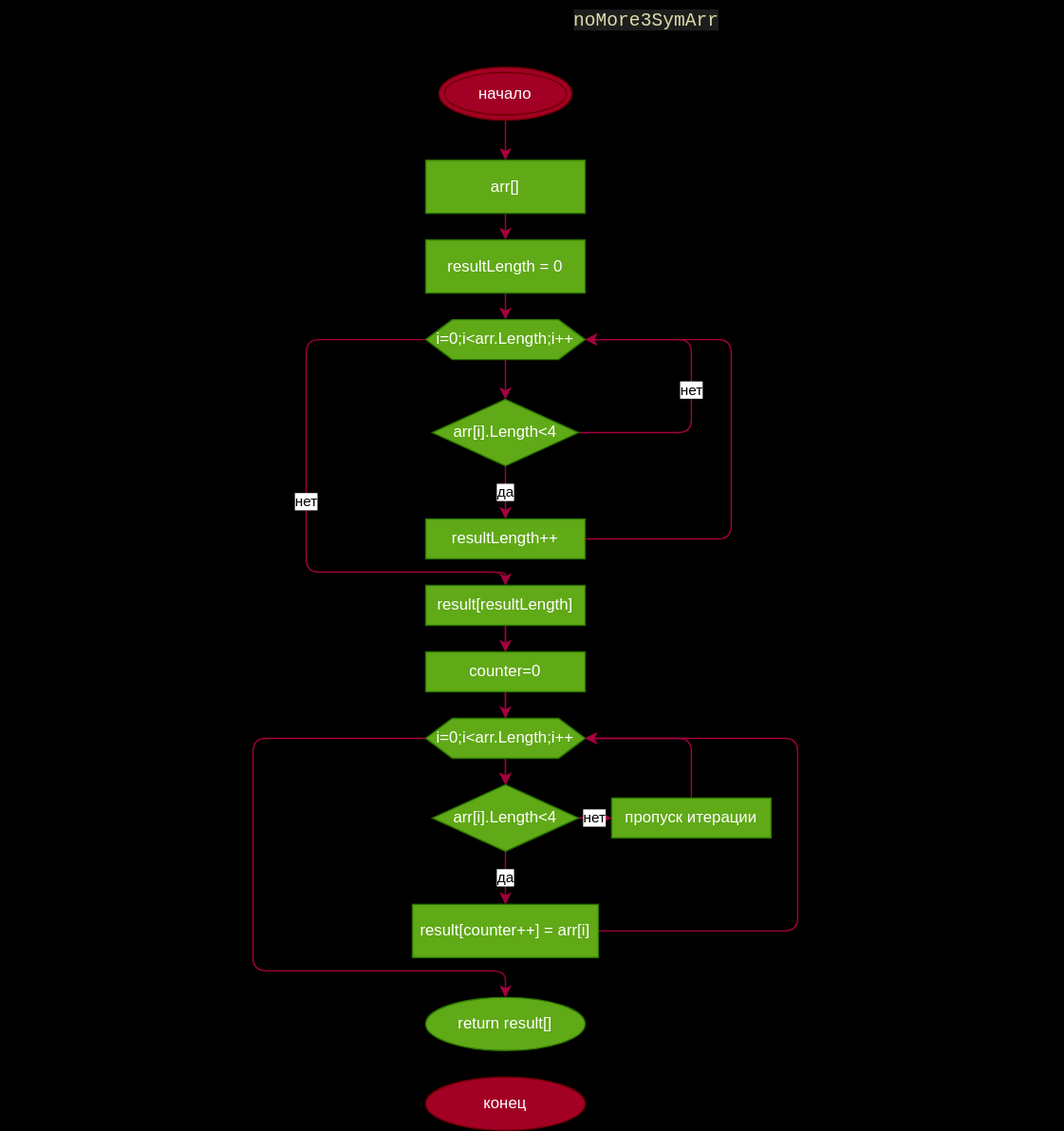
This is Diagram/noMore3SymArr.drawio.svg from Zhurabas/FinalWork, a draw.io export, as it was before one commit. Source tidied: cells renumbered, new cells last; positions are measured from the earlier drawing's top-left corner, leaving out a move shared by most shapes.
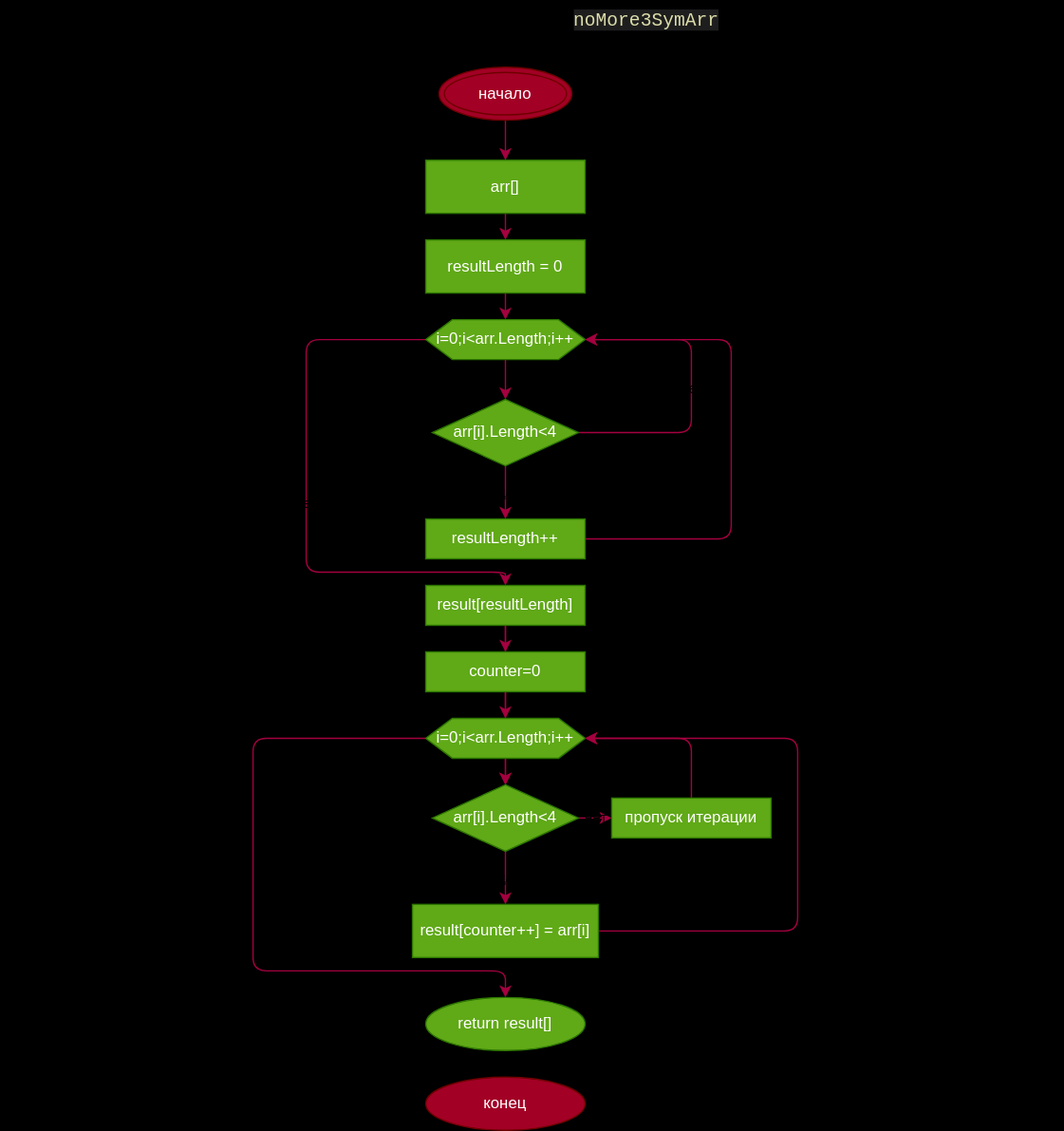
Later version of the same file.

Commit message:
улучшил читабельность блок-схема алгоритма метода noMore3SymArr

The edit, as a diff of the source:
```diff
@@ -28,7 +28,7 @@
     <mxCell id="9" style="edgeStyle=none;html=1;fillColor=#d80073;strokeColor=#A50040;" parent="1" edge="1" source="11" target="14">
       <mxGeometry relative="1" as="geometry" />
     </mxCell>
-    <mxCell id="10" value="нет" style="edgeStyle=none;html=1;entryX=0.5;entryY=0;entryDx=0;entryDy=0;fillColor=#d80073;strokeColor=#A50040;" parent="1" edge="1" source="11" target="19">
+    <mxCell id="10" value="нет" style="edgeStyle=none;html=1;entryX=0.5;entryY=0;entryDx=0;entryDy=0;fillColor=#d80073;strokeColor=#A50040;labelBackgroundColor=none;" parent="1" edge="1" source="11" target="19">
       <mxGeometry relative="1" as="geometry">
         <Array as="points">
           <mxPoint x="230" y="255" />
@@ -40,14 +40,14 @@
     <mxCell id="11" value="i=0;i&amp;lt;arr.Length;i++" style="shape=hexagon;perimeter=hexagonPerimeter2;whiteSpace=wrap;html=1;fixedSize=1;fillColor=#60a917;fontColor=#ffffff;strokeColor=#2D7600;" parent="1" vertex="1">
       <mxGeometry x="320" y="240" width="120" height="30" as="geometry" />
     </mxCell>
-    <mxCell id="12" value="да" style="edgeStyle=none;html=1;entryX=0.5;entryY=0;entryDx=0;entryDy=0;fillColor=#d80073;strokeColor=#A50040;" parent="1" edge="1" source="14" target="16">
+    <mxCell id="12" value="да" style="edgeStyle=none;html=1;entryX=0.5;entryY=0;entryDx=0;entryDy=0;fillColor=#d80073;strokeColor=#A50040;labelBackgroundColor=none;" parent="1" edge="1" source="14" target="16">
       <mxGeometry relative="1" as="geometry">
         <Array as="points">
           <mxPoint x="380" y="360" />
         </Array>
       </mxGeometry>
     </mxCell>
-    <mxCell id="13" value="нет" style="edgeStyle=none;html=1;entryX=1;entryY=0.5;entryDx=0;entryDy=0;exitX=1;exitY=0.5;exitDx=0;exitDy=0;fillColor=#d80073;strokeColor=#A50040;" parent="1" edge="1" source="14" target="11">
+    <mxCell id="13" value="нет" style="edgeStyle=none;html=1;entryX=1;entryY=0.5;entryDx=0;entryDy=0;exitX=1;exitY=0.5;exitDx=0;exitDy=0;fillColor=#d80073;strokeColor=#A50040;labelBackgroundColor=none;" parent="1" edge="1" source="14" target="11">
       <mxGeometry relative="1" as="geometry">
         <Array as="points">
           <mxPoint x="520" y="325" />
@@ -102,10 +102,10 @@
     <mxCell id="25" value="i=0;i&amp;lt;arr.Length;i++" style="shape=hexagon;perimeter=hexagonPerimeter2;whiteSpace=wrap;html=1;fixedSize=1;fillColor=#60a917;fontColor=#ffffff;strokeColor=#2D7600;" parent="1" vertex="1">
       <mxGeometry x="320" y="540" width="120" height="30" as="geometry" />
     </mxCell>
-    <mxCell id="26" value="да" style="edgeStyle=none;html=1;fillColor=#d80073;strokeColor=#A50040;" parent="1" edge="1" source="28" target="30">
+    <mxCell id="26" value="да" style="edgeStyle=none;html=1;fillColor=#d80073;strokeColor=#A50040;labelBackgroundColor=none;fontColor=default;" parent="1" edge="1" source="28" target="30">
       <mxGeometry relative="1" as="geometry" />
     </mxCell>
-    <mxCell id="27" value="нет" style="edgeStyle=none;html=1;fillColor=#d80073;strokeColor=#A50040;" parent="1" edge="1" source="28" target="32">
+    <mxCell id="27" value="нет" style="edgeStyle=none;html=1;fillColor=#d80073;strokeColor=#A50040;labelBackgroundColor=none;" parent="1" edge="1" source="28" target="32">
       <mxGeometry relative="1" as="geometry" />
     </mxCell>
     <mxCell id="28" value="arr[i].Length&amp;lt;4" style="rhombus;whiteSpace=wrap;html=1;fillColor=#60a917;fontColor=#ffffff;strokeColor=#2D7600;" parent="1" vertex="1">
```
